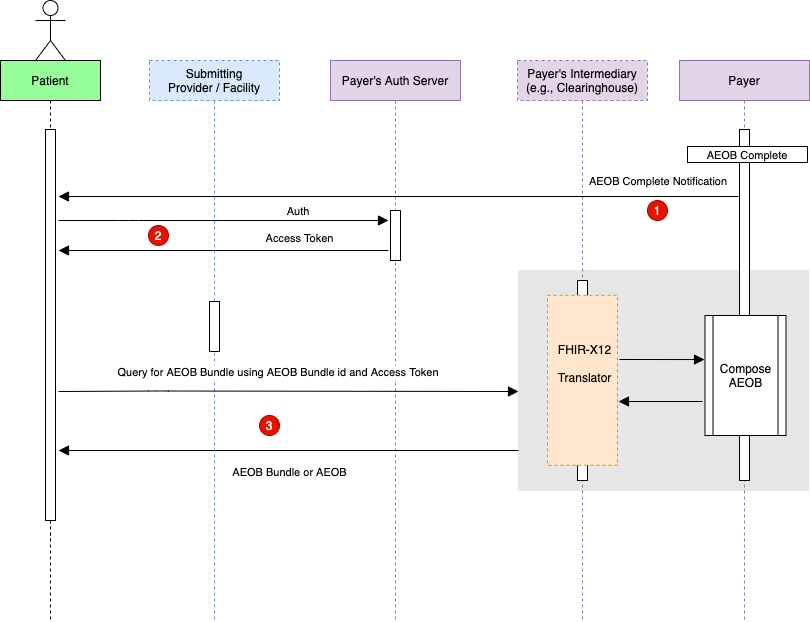
This is input/images/GetAEOB.drawio.png from HL7/davinci-pct, a draw.io export, as it was before one commit. Source tidied: cells renumbered, new cells last; positions are measured from the earlier drawing's top-left corner, leaving out a move shared by most shapes.
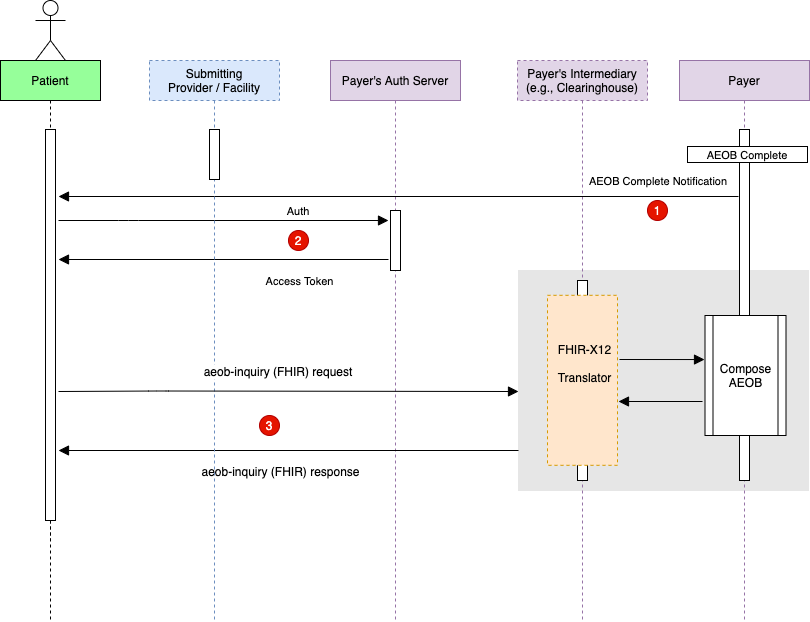
Above is the later version.

Change to the diagram source:
```diff
@@ -12,7 +12,7 @@
       <mxGeometry x="330" y="60" width="130" height="560" as="geometry" />
     </mxCell>
     <mxCell id="5" style="perimeter=orthogonalPerimeter;rounded=0;shadow=0;strokeWidth=1;" parent="4" vertex="1">
-      <mxGeometry x="60" y="150" width="10" height="50" as="geometry" />
+      <mxGeometry x="60" y="150" width="10" height="60" as="geometry" />
     </mxCell>
     <mxCell id="6" style="shape=umlActor;verticalLabelPosition=bottom;verticalAlign=top;html=1;" parent="1" vertex="1">
       <mxGeometry x="35" width="30" height="60" as="geometry" />
@@ -26,7 +26,7 @@
       <mxGeometry x="647" y="200" width="20" height="20" as="geometry" />
     </mxCell>
     <mxCell id="9" value="2" style="ellipse;whiteSpace=wrap;html=1;fillColor=#e51400;strokeColor=#B20000;fontColor=#ffffff;" parent="1" vertex="1">
-      <mxGeometry x="148" y="225" width="20" height="20" as="geometry" />
+      <mxGeometry x="288" y="230" width="20" height="20" as="geometry" />
     </mxCell>
     <mxCell id="10" style="perimeter=orthogonalPerimeter;rounded=0;shadow=0;strokeWidth=1;fillColor=#E6E6E6;strokeColor=#E6E6E6;" parent="1" vertex="1">
       <mxGeometry x="518" y="270" width="290" height="220" as="geometry" />
@@ -89,13 +89,13 @@
     </mxCell>
     <mxCell id="25" style="verticalAlign=bottom;endArrow=block;shadow=0;strokeWidth=1;labelBackgroundColor=none;endSize=8;" parent="1" edge="1">
       <mxGeometry x="0.02" y="-7" relative="1" as="geometry">
-        <mxPoint x="388" y="250" as="sourcePoint" />
-        <mxPoint x="58" y="250" as="targetPoint" />
+        <mxPoint x="388" y="259" as="sourcePoint" />
+        <mxPoint x="58" y="259" as="targetPoint" />
       </mxGeometry>
     </mxCell>
     <mxCell id="26" value="Access Token" style="edgeLabel;html=1;align=center;verticalAlign=bottom;labelPosition=center;verticalLabelPosition=top;" parent="25" vertex="1">
       <mxGeometry x="0.32" y="-4" relative="1" as="geometry">
-        <mxPoint x="128" as="offset" />
+        <mxPoint x="128" y="34" as="offset" />
       </mxGeometry>
     </mxCell>
     <mxCell id="27" style="verticalAlign=bottom;endArrow=block;shadow=0;strokeWidth=1;labelBackgroundColor=none;endSize=8;" parent="1" edge="1">
@@ -104,18 +104,18 @@
         <mxPoint x="58" y="450" as="targetPoint" />
       </mxGeometry>
     </mxCell>
-    <mxCell id="28" value="AEOB Bundle or AEOB" style="edgeLabel;html=1;align=center;verticalAlign=bottom;labelPosition=center;verticalLabelPosition=top;" parent="27" vertex="1">
+    <mxCell id="28" value="&lt;span style=&quot;font-size: 12px&quot;&gt;aeob-inquiry (FHIR) response&lt;/span&gt;" style="edgeLabel;html=1;align=center;verticalAlign=bottom;labelPosition=center;verticalLabelPosition=top;" parent="27" vertex="1">
       <mxGeometry x="0.32" y="-4" relative="1" as="geometry">
-        <mxPoint x="74" y="34" as="offset" />
+        <mxPoint x="65" y="34" as="offset" />
       </mxGeometry>
     </mxCell>
     <mxCell id="29" value="Submitting&#10;Provider / Facility" style="shape=umlLifeline;perimeter=lifelinePerimeter;rounded=0;shadow=0;strokeWidth=1;fillColor=#dae8fc;strokeColor=#6c8ebf;dashed=1;" parent="1" vertex="1">
       <mxGeometry x="149" y="60" width="130" height="560" as="geometry" />
     </mxCell>
     <mxCell id="30" style="perimeter=orthogonalPerimeter;rounded=0;shadow=0;strokeWidth=1;" parent="29" vertex="1">
-      <mxGeometry x="60" y="241" width="10" height="50" as="geometry" />
+      <mxGeometry x="60" y="69" width="10" height="50" as="geometry" />
     </mxCell>
-    <mxCell id="31" value="Query for AEOB Bundle using AEOB Bundle id and Access Token" style="verticalAlign=bottom;endArrow=block;shadow=0;strokeWidth=1;endSize=8;" parent="1" edge="1">
+    <mxCell id="31" value="aeob-inquiry (FHIR) request" style="verticalAlign=bottom;endArrow=block;shadow=0;strokeWidth=1;endSize=8;fontSize=12;" parent="1" edge="1">
       <mxGeometry x="-0.04" y="10" relative="1" as="geometry">
         <mxPoint x="58" y="391" as="sourcePoint" />
         <mxPoint x="518" y="391" as="targetPoint" />
```
